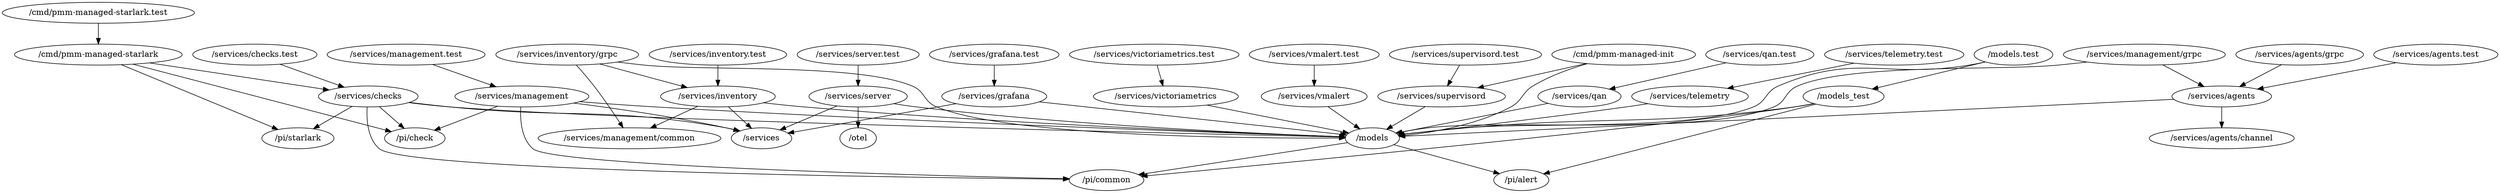
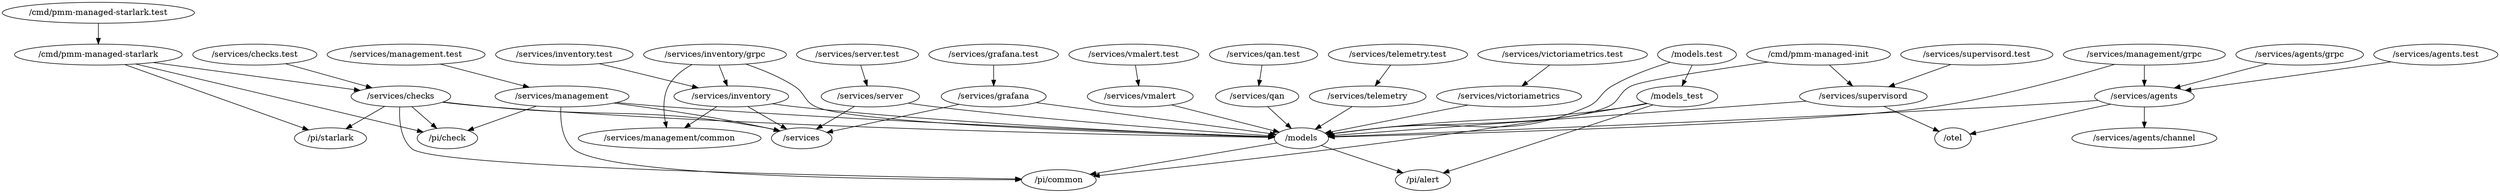
digraph packages {
	"/cmd/pmm-managed-init" -> "/models";
	"/cmd/pmm-managed-init" -> "/services/supervisord";
	"/cmd/pmm-managed-starlark" -> "/pi/check";
	"/cmd/pmm-managed-starlark" -> "/pi/starlark";
	"/cmd/pmm-managed-starlark" -> "/services/checks";
	"/cmd/pmm-managed-starlark.test" -> "/cmd/pmm-managed-starlark";
	"/models" -> "/pi/alert";
	"/models" -> "/pi/common";
	"/models.test" -> "/models";
	"/models.test" -> "/models_test";
	"/models_test" -> "/models";
	"/models_test" -> "/pi/alert";
	"/models_test" -> "/pi/common";
	"/services/agents" -> "/models";
+ 	"/services/agents" -> "/otel";
	"/services/agents" -> "/services/agents/channel";
	"/services/agents.test" -> "/services/agents";
	"/services/agents/grpc" -> "/services/agents";
	"/services/checks" -> "/models";
	"/services/checks" -> "/pi/check";
	"/services/checks" -> "/pi/common";
	"/services/checks" -> "/pi/starlark";
	"/services/checks" -> "/services";
	"/services/checks.test" -> "/services/checks";
	"/services/grafana" -> "/models";
	"/services/grafana" -> "/services";
	"/services/grafana.test" -> "/services/grafana";
	"/services/inventory" -> "/models";
	"/services/inventory" -> "/services";
	"/services/inventory" -> "/services/management/common";
	"/services/inventory.test" -> "/services/inventory";
	"/services/inventory/grpc" -> "/models";
	"/services/inventory/grpc" -> "/services/inventory";
	"/services/inventory/grpc" -> "/services/management/common";
	"/services/management" -> "/models";
	"/services/management" -> "/pi/check";
	"/services/management" -> "/pi/common";
	"/services/management" -> "/services";
	"/services/management.test" -> "/services/management";
	"/services/management/grpc" -> "/models";
	"/services/management/grpc" -> "/services/agents";
	"/services/qan" -> "/models";
	"/services/qan.test" -> "/services/qan";
	"/services/server" -> "/models";
- 	"/services/server" -> "/otel";
	"/services/server" -> "/services";
	"/services/server.test" -> "/services/server";
	"/services/supervisord" -> "/models";
+ 	"/services/supervisord" -> "/otel";
	"/services/supervisord.test" -> "/services/supervisord";
	"/services/telemetry" -> "/models";
	"/services/telemetry.test" -> "/services/telemetry";
	"/services/victoriametrics" -> "/models";
	"/services/victoriametrics.test" -> "/services/victoriametrics";
	"/services/vmalert" -> "/models";
	"/services/vmalert.test" -> "/services/vmalert";
}
